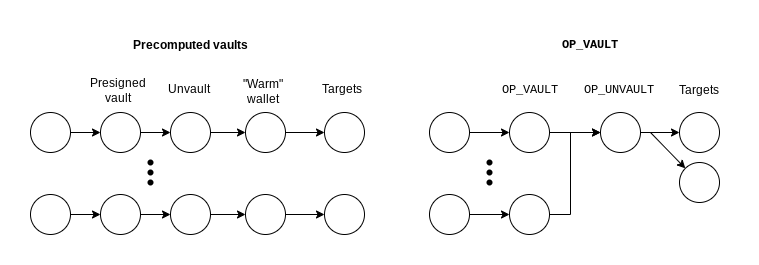
This is bip-VAULT/withdrawal-comparison.drawio.png from bitcoin/bips, a draw.io export, as it was before one commit. Source tidied: cells renumbered, new cells last; positions are measured from the earlier drawing's top-left corner, leaving out a move shared by most shapes. Its diagram source:
```xml
<mxGraphModel>
  <root>
    <mxCell id="0" />
    <mxCell id="1" parent="0" />
    <mxCell id="2" style="edgeStyle=orthogonalEdgeStyle;rounded=0;jettySize=auto;html=1;" parent="1" edge="1" source="3" target="5">
      <mxGeometry relative="1" as="geometry" />
    </mxCell>
    <mxCell id="3" style="ellipse;whiteSpace=wrap;html=1;" parent="1" vertex="1">
      <mxGeometry y="82" width="40" height="40" as="geometry" />
    </mxCell>
    <mxCell id="4" style="edgeStyle=orthogonalEdgeStyle;rounded=0;jettySize=auto;html=1;" parent="1" edge="1" source="5" target="8">
      <mxGeometry relative="1" as="geometry" />
    </mxCell>
    <mxCell id="5" style="ellipse;whiteSpace=wrap;html=1;" parent="1" vertex="1">
      <mxGeometry x="70" y="82" width="40" height="40" as="geometry" />
    </mxCell>
    <mxCell id="6" value="&lt;div&gt;Presigned&lt;/div&gt;&lt;div&gt;vault&lt;br&gt;&lt;/div&gt;" style="text;html=1;align=center;verticalAlign=middle;fillColor=none;strokeColor=none;rounded=0;" parent="1" vertex="1">
      <mxGeometry x="47" y="40" width="80" height="40" as="geometry" />
    </mxCell>
    <mxCell id="7" style="edgeStyle=orthogonalEdgeStyle;rounded=0;jettySize=auto;html=1;" parent="1" edge="1" source="8" target="11">
      <mxGeometry relative="1" as="geometry" />
    </mxCell>
    <mxCell id="8" style="ellipse;whiteSpace=wrap;html=1;" parent="1" vertex="1">
      <mxGeometry x="140" y="82" width="40" height="40" as="geometry" />
    </mxCell>
    <mxCell id="9" value="Unvault" style="text;html=1;align=center;verticalAlign=middle;fillColor=none;strokeColor=none;rounded=0;" parent="1" vertex="1">
      <mxGeometry x="123" y="44" width="70" height="30" as="geometry" />
    </mxCell>
    <mxCell id="10" style="edgeStyle=orthogonalEdgeStyle;rounded=0;jettySize=auto;html=1;" parent="1" edge="1" source="11" target="45">
      <mxGeometry relative="1" as="geometry" />
    </mxCell>
    <mxCell id="11" style="ellipse;whiteSpace=wrap;html=1;" parent="1" vertex="1">
      <mxGeometry x="215" y="82" width="40" height="40" as="geometry" />
    </mxCell>
    <mxCell id="12" value="&lt;div&gt;&quot;Warm&quot; &lt;br&gt;&lt;/div&gt;&lt;div&gt;wallet&lt;br&gt;&lt;/div&gt;" style="text;html=1;align=center;verticalAlign=middle;fillColor=none;strokeColor=none;rounded=0;" parent="1" vertex="1">
      <mxGeometry x="202" y="41" width="60" height="40" as="geometry" />
    </mxCell>
    <mxCell id="13" style="edgeStyle=orthogonalEdgeStyle;rounded=0;jettySize=auto;html=1;" parent="1" edge="1" source="14" target="16">
      <mxGeometry relative="1" as="geometry" />
    </mxCell>
    <mxCell id="14" style="ellipse;whiteSpace=wrap;html=1;" parent="1" vertex="1">
      <mxGeometry y="164" width="40" height="40" as="geometry" />
    </mxCell>
    <mxCell id="15" style="edgeStyle=orthogonalEdgeStyle;rounded=0;jettySize=auto;html=1;" parent="1" edge="1" source="16" target="18">
      <mxGeometry relative="1" as="geometry" />
    </mxCell>
    <mxCell id="16" style="ellipse;whiteSpace=wrap;html=1;" parent="1" vertex="1">
      <mxGeometry x="70" y="164" width="40" height="40" as="geometry" />
    </mxCell>
    <mxCell id="17" style="edgeStyle=orthogonalEdgeStyle;rounded=0;jettySize=auto;html=1;" parent="1" edge="1" source="18" target="20">
      <mxGeometry relative="1" as="geometry" />
    </mxCell>
    <mxCell id="18" style="ellipse;whiteSpace=wrap;html=1;" parent="1" vertex="1">
      <mxGeometry x="140" y="164" width="40" height="40" as="geometry" />
    </mxCell>
    <mxCell id="19" style="edgeStyle=none;rounded=0;jettySize=auto;html=1;exitX=1;exitY=0.5;exitDx=0;exitDy=0;entryX=0;entryY=0.5;entryDx=0;entryDy=0;fontFamily=Helvetica;" parent="1" edge="1" source="20" target="46">
      <mxGeometry relative="1" as="geometry" />
    </mxCell>
    <mxCell id="20" style="ellipse;whiteSpace=wrap;html=1;" parent="1" vertex="1">
      <mxGeometry x="215" y="164" width="40" height="40" as="geometry" />
    </mxCell>
    <mxCell id="21" style="group;" parent="1" vertex="1">
      <mxGeometry x="100" y="112" width="40" height="60" as="geometry" />
    </mxCell>
    <mxCell id="22" style="shape=waypoint;sketch=0;fillStyle=solid;size=6;fillColor=none;perimeter=centerPerimeter;" parent="21" vertex="1">
      <mxGeometry width="40" height="40" as="geometry" />
    </mxCell>
    <mxCell id="23" style="shape=waypoint;sketch=0;fillStyle=solid;size=6;fillColor=none;perimeter=centerPerimeter;" parent="21" vertex="1">
      <mxGeometry y="10" width="40" height="40" as="geometry" />
    </mxCell>
    <mxCell id="24" style="shape=waypoint;sketch=0;fillStyle=solid;size=6;fillColor=none;perimeter=centerPerimeter;" parent="21" vertex="1">
      <mxGeometry y="20" width="40" height="40" as="geometry" />
    </mxCell>
    <mxCell id="25" value="&lt;b&gt;Precomputed vaults&lt;/b&gt;" style="text;html=1;align=center;verticalAlign=middle;fillColor=none;strokeColor=none;rounded=0;" parent="1" vertex="1">
      <mxGeometry x="90" width="140" height="30" as="geometry" />
    </mxCell>
    <mxCell id="26" style="edgeStyle=orthogonalEdgeStyle;rounded=0;jettySize=auto;html=1;" parent="1" edge="1" source="27" target="29">
      <mxGeometry relative="1" as="geometry" />
    </mxCell>
    <mxCell id="27" style="ellipse;whiteSpace=wrap;html=1;" parent="1" vertex="1">
      <mxGeometry x="399" y="82" width="40" height="40" as="geometry" />
    </mxCell>
    <mxCell id="28" style="edgeStyle=orthogonalEdgeStyle;rounded=0;jettySize=auto;html=1;" parent="1" edge="1" source="29" target="33">
      <mxGeometry relative="1" as="geometry" />
    </mxCell>
    <mxCell id="29" style="ellipse;whiteSpace=wrap;html=1;" parent="1" vertex="1">
      <mxGeometry x="479" y="82" width="40" height="40" as="geometry" />
    </mxCell>
    <mxCell id="30" value="&lt;div&gt;OP_VAULT&lt;/div&gt;" style="text;html=1;align=center;verticalAlign=middle;fillColor=none;strokeColor=none;rounded=0;fontFamily=Courier New;" parent="1" vertex="1">
      <mxGeometry x="459" y="45" width="80" height="30" as="geometry" />
    </mxCell>
    <mxCell id="31" style="edgeStyle=orthogonalEdgeStyle;rounded=0;jettySize=auto;html=1;" parent="1" edge="1" source="33" target="35">
      <mxGeometry relative="1" as="geometry" />
    </mxCell>
    <mxCell id="32" style="rounded=0;jettySize=auto;html=1;entryX=0;entryY=0;entryDx=0;entryDy=0;fontFamily=Helvetica;" parent="1" edge="1" target="47">
      <mxGeometry relative="1" as="geometry">
        <mxPoint x="620" y="102" as="sourcePoint" />
      </mxGeometry>
    </mxCell>
    <mxCell id="33" style="ellipse;whiteSpace=wrap;html=1;" parent="1" vertex="1">
      <mxGeometry x="570" y="82" width="40" height="40" as="geometry" />
    </mxCell>
    <mxCell id="34" value="OP_UNVAULT" style="text;html=1;align=center;verticalAlign=middle;fillColor=none;strokeColor=none;rounded=0;fontFamily=Courier New;" parent="1" vertex="1">
      <mxGeometry x="543" y="45" width="90" height="30" as="geometry" />
    </mxCell>
    <mxCell id="35" style="ellipse;whiteSpace=wrap;html=1;" parent="1" vertex="1">
      <mxGeometry x="649" y="82" width="40" height="40" as="geometry" />
    </mxCell>
    <mxCell id="36" style="edgeStyle=orthogonalEdgeStyle;rounded=0;jettySize=auto;html=1;" parent="1" edge="1" source="37" target="39">
      <mxGeometry relative="1" as="geometry" />
    </mxCell>
    <mxCell id="37" style="ellipse;whiteSpace=wrap;html=1;" parent="1" vertex="1">
      <mxGeometry x="399" y="164" width="40" height="40" as="geometry" />
    </mxCell>
    <mxCell id="38" style="edgeStyle=orthogonalEdgeStyle;rounded=0;jettySize=auto;html=1;entryX=0;entryY=0.5;entryDx=0;entryDy=0;" parent="1" edge="1" source="39" target="33">
      <mxGeometry relative="1" as="geometry">
        <Array as="points">
          <mxPoint x="540" y="184" />
          <mxPoint x="540" y="102" />
        </Array>
      </mxGeometry>
    </mxCell>
    <mxCell id="39" style="ellipse;whiteSpace=wrap;html=1;" parent="1" vertex="1">
      <mxGeometry x="479" y="164" width="40" height="40" as="geometry" />
    </mxCell>
    <mxCell id="40" style="group;" parent="1" vertex="1">
      <mxGeometry x="439" y="112" width="40" height="60" as="geometry" />
    </mxCell>
    <mxCell id="41" style="shape=waypoint;sketch=0;fillStyle=solid;size=6;fillColor=none;perimeter=centerPerimeter;" parent="40" vertex="1">
      <mxGeometry width="40" height="40" as="geometry" />
    </mxCell>
    <mxCell id="42" style="shape=waypoint;sketch=0;fillStyle=solid;size=6;fillColor=none;perimeter=centerPerimeter;" parent="40" vertex="1">
      <mxGeometry y="10" width="40" height="40" as="geometry" />
    </mxCell>
    <mxCell id="43" style="shape=waypoint;sketch=0;fillStyle=solid;size=6;fillColor=none;perimeter=centerPerimeter;" parent="40" vertex="1">
      <mxGeometry y="20" width="40" height="40" as="geometry" />
    </mxCell>
    <mxCell id="44" value="&lt;b&gt;OP_VAULT&lt;/b&gt;" style="text;html=1;align=center;verticalAlign=middle;fillColor=none;strokeColor=none;rounded=0;fontFamily=Courier New;" parent="1" vertex="1">
      <mxGeometry x="519" width="80" height="30" as="geometry" />
    </mxCell>
    <mxCell id="45" style="ellipse;whiteSpace=wrap;html=1;" parent="1" vertex="1">
      <mxGeometry x="294" y="82" width="40" height="40" as="geometry" />
    </mxCell>
    <mxCell id="46" style="ellipse;whiteSpace=wrap;html=1;" parent="1" vertex="1">
      <mxGeometry x="294" y="164" width="40" height="40" as="geometry" />
    </mxCell>
    <mxCell id="47" style="ellipse;whiteSpace=wrap;html=1;" parent="1" vertex="1">
      <mxGeometry x="649" y="132" width="40" height="40" as="geometry" />
    </mxCell>
    <mxCell id="48" value="Targets" style="text;html=1;align=center;verticalAlign=middle;fillColor=none;strokeColor=none;rounded=0;fontFamily=Helvetica;" parent="1" vertex="1">
      <mxGeometry x="281" y="44" width="60" height="30" as="geometry" />
    </mxCell>
    <mxCell id="49" value="Targets" style="text;html=1;align=center;verticalAlign=middle;fillColor=none;strokeColor=none;rounded=0;fontFamily=Helvetica;" parent="1" vertex="1">
      <mxGeometry x="638" y="45" width="60" height="30" as="geometry" />
    </mxCell>
  </root>
</mxGraphModel>
```
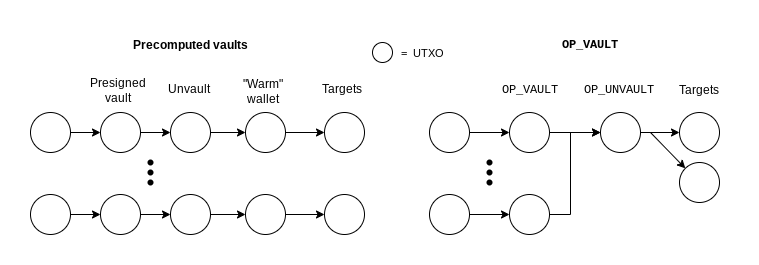
After the change.

What changed in the source:
```diff
@@ -153,5 +153,11 @@
     <mxCell id="49" value="Targets" style="text;html=1;align=center;verticalAlign=middle;fillColor=none;strokeColor=none;rounded=0;fontFamily=Helvetica;" parent="1" vertex="1">
       <mxGeometry x="638" y="45" width="60" height="30" as="geometry" />
     </mxCell>
+    <mxCell id="50" style="ellipse;whiteSpace=wrap;html=1;" parent="1" vertex="1">
+      <mxGeometry x="342" y="12" width="20" height="20" as="geometry" />
+    </mxCell>
+    <mxCell id="51" value="=&amp;nbsp; UTXO" style="text;strokeColor=none;align=center;fillColor=none;html=1;verticalAlign=middle;whiteSpace=wrap;rounded=0;fontSize=11;" parent="1" vertex="1">
+      <mxGeometry x="362" y="8" width="60" height="30" as="geometry" />
+    </mxCell>
   </root>
 </mxGraphModel>
```
